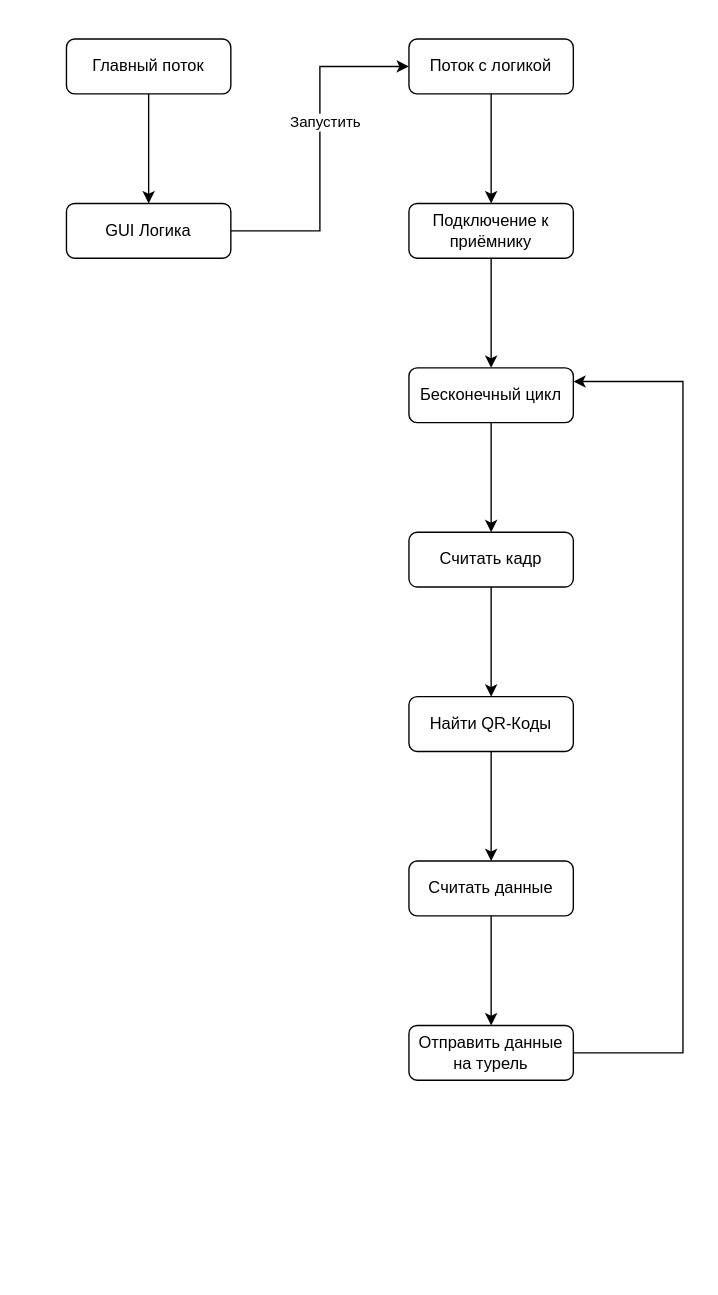
TheEnderOfficial/ArduinoDay-2021 keeps this draw.io diagram as SoftDiagram.drawio. Above is the earlier version. Source tidied: cells renumbered, new cells numbered last; positions are measured from the earlier drawing's top-left corner, leaving out a move shared by most shapes. Both pictures are drawn from the tidied source at 137%, with x=0, y=0 at pixel (66, 38).
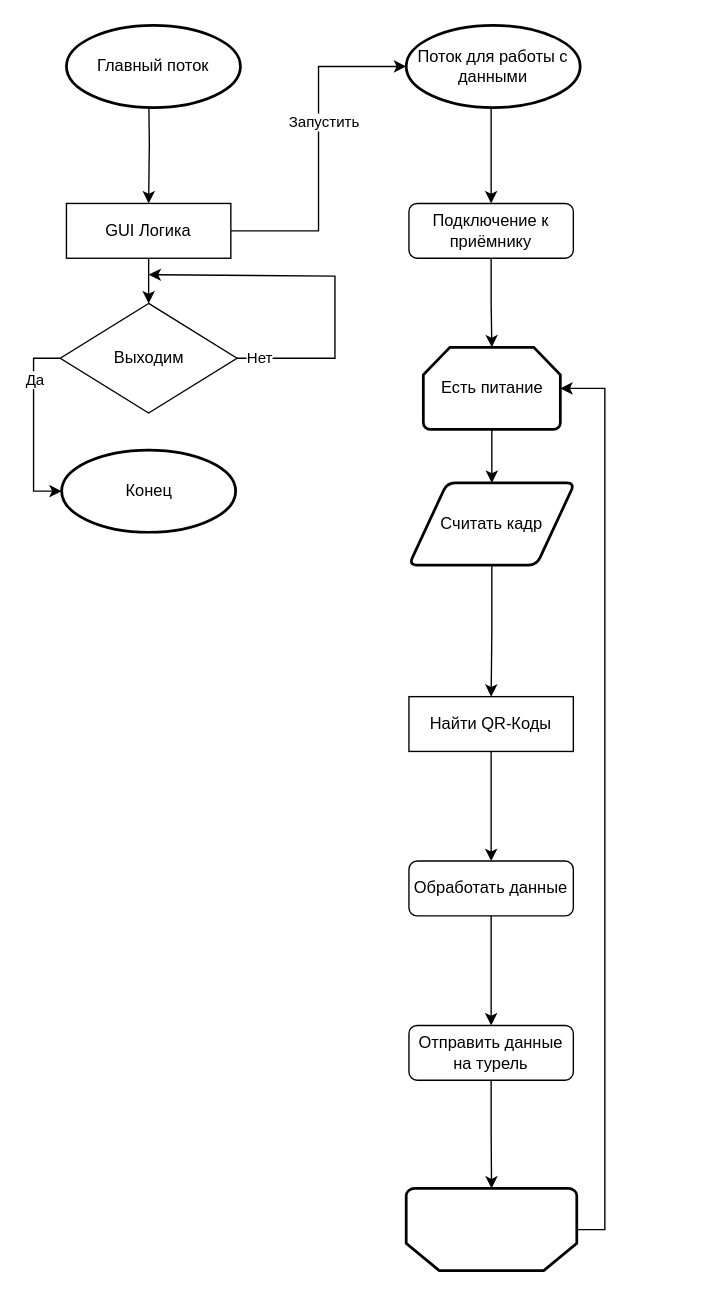
The same diagram, later.

Unchanged cells that the change refers to:
```xml
<mxCell id="10" value="Подключение к приёмнику" style="rounded=1;whiteSpace=wrap;html=1;fontSize=12;glass=0;strokeWidth=1;shadow=0;" parent="1" vertex="1">
  <mxGeometry x="250" y="120" width="120" height="40" as="geometry" />
</mxCell>
<mxCell id="20" value="Отправить данные на турель" style="rounded=1;whiteSpace=wrap;html=1;fontSize=12;glass=0;strokeWidth=1;shadow=0;" parent="1" vertex="1">
  <mxGeometry x="250" y="720" width="120" height="40" as="geometry" />
</mxCell>
```

The edit, as a diff of the source:
```diff
@@
-    <mxCell id="2" style="edgeStyle=orthogonalEdgeStyle;rounded=0;jettySize=auto;html=1;" parent="1" edge="1" source="3" target="6">
-      <mxGeometry relative="1" as="geometry" />
+    <mxCell id="2" style="edgeStyle=orthogonalEdgeStyle;rounded=0;jettySize=auto;html=1;" parent="1" edge="1" target="6">
+      <mxGeometry relative="1" as="geometry">
+        <mxPoint x="60" y="33" as="sourcePoint" />
+      </mxGeometry>
     </mxCell>
-    <mxCell id="3" value="Главный поток" style="rounded=1;whiteSpace=wrap;html=1;fontSize=12;glass=0;strokeWidth=1;shadow=0;" parent="1" vertex="1">
-      <mxGeometry width="120" height="40" as="geometry" />
-    </mxCell>
-    <mxCell id="4" style="edgeStyle=orthogonalEdgeStyle;rounded=0;jettySize=auto;html=1;entryX=0;entryY=0.5;entryDx=0;entryDy=0;" parent="1" edge="1" source="6" target="8">
+    <mxCell id="4" style="edgeStyle=orthogonalEdgeStyle;rounded=0;jettySize=auto;html=1;entryX=0;entryY=0.5;entryDx=0;entryDy=0;entryPerimeter=0;" parent="1" edge="1" source="6" target="29">
       <mxGeometry relative="1" as="geometry" />
     </mxCell>
@@
+    <mxCell id="21" style="edgeStyle=orthogonalEdgeStyle;rounded=0;jettySize=auto;html=1;" parent="1" edge="1" source="6" target="27">
+      <mxGeometry relative="1" as="geometry" />
+    </mxCell>
-    <mxCell id="6" value="GUI Логика" style="rounded=1;whiteSpace=wrap;html=1;fontSize=12;glass=0;strokeWidth=1;shadow=0;" parent="1" vertex="1">
+    <mxCell id="6" value="GUI Логика" style="rounded=0;whiteSpace=wrap;html=1;fontSize=12;glass=0;strokeWidth=1;shadow=0;" parent="1" vertex="1">
       <mxGeometry y="120" width="120" height="40" as="geometry" />
     </mxCell>
-    <mxCell id="7" style="edgeStyle=orthogonalEdgeStyle;rounded=0;jettySize=auto;html=1;" parent="1" edge="1" source="8">
+    <mxCell id="7" style="edgeStyle=orthogonalEdgeStyle;rounded=0;orthogonalLoop=1;jettySize=auto;html=1;" parent="1" edge="1">
       <mxGeometry relative="1" as="geometry">
+        <mxPoint x="310" y="40" as="sourcePoint" />
         <mxPoint x="310" y="120" as="targetPoint" />
       </mxGeometry>
     </mxCell>
-    <mxCell id="8" value="Поток с логикой" style="rounded=1;whiteSpace=wrap;html=1;fontSize=12;glass=0;strokeWidth=1;shadow=0;" parent="1" vertex="1">
-      <mxGeometry x="250" width="120" height="40" as="geometry" />
-    </mxCell>
-    <mxCell id="9" style="edgeStyle=orthogonalEdgeStyle;rounded=0;jettySize=auto;html=1;" parent="1" edge="1" source="10" target="12">
+    <mxCell id="9" style="edgeStyle=orthogonalEdgeStyle;rounded=0;jettySize=auto;html=1;entryX=0.5;entryY=0;entryDx=0;entryDy=0;entryPerimeter=0;" parent="1" edge="1" source="10" target="32">
       <mxGeometry relative="1" as="geometry" />
     </mxCell>
@@
-    <mxCell id="11" style="edgeStyle=orthogonalEdgeStyle;rounded=0;jettySize=auto;html=1;" parent="1" edge="1" source="12" target="14">
-      <mxGeometry relative="1" as="geometry" />
-    </mxCell>
-    <mxCell id="12" value="Бесконечный цикл" style="rounded=1;whiteSpace=wrap;html=1;fontSize=12;glass=0;strokeWidth=1;shadow=0;" parent="1" vertex="1">
-      <mxGeometry x="250" y="240" width="120" height="40" as="geometry" />
-    </mxCell>
-    <mxCell id="13" style="edgeStyle=orthogonalEdgeStyle;rounded=0;jettySize=auto;html=1;entryX=0.5;entryY=0;entryDx=0;entryDy=0;" parent="1" edge="1" source="14" target="16">
+    <mxCell id="13" style="edgeStyle=orthogonalEdgeStyle;rounded=0;jettySize=auto;html=1;entryX=0.5;entryY=0;entryDx=0;entryDy=0;" parent="1" edge="1" source="30" target="16">
       <mxGeometry relative="1" as="geometry" />
     </mxCell>
-    <mxCell id="14" value="Считать кадр" style="rounded=1;whiteSpace=wrap;html=1;fontSize=12;glass=0;strokeWidth=1;shadow=0;" parent="1" vertex="1">
-      <mxGeometry x="250" y="360" width="120" height="40" as="geometry" />
-    </mxCell>
@@
-    <mxCell id="16" value="Найти QR-Коды" style="rounded=1;whiteSpace=wrap;html=1;fontSize=12;glass=0;strokeWidth=1;shadow=0;" parent="1" vertex="1">
+    <mxCell id="16" value="Найти QR-Коды" style="rounded=0;whiteSpace=wrap;html=1;fontSize=12;glass=0;strokeWidth=1;shadow=0;" parent="1" vertex="1">
       <mxGeometry x="250" y="480" width="120" height="40" as="geometry" />
     </mxCell>
@@
-    <mxCell id="18" value="Cчитать данные" style="rounded=1;whiteSpace=wrap;html=1;fontSize=12;glass=0;strokeWidth=1;shadow=0;" parent="1" vertex="1">
+    <mxCell id="18" value="Обработать данные" style="rounded=1;whiteSpace=wrap;html=1;fontSize=12;glass=0;strokeWidth=1;shadow=0;" parent="1" vertex="1">
       <mxGeometry x="250" y="600" width="120" height="40" as="geometry" />
     </mxCell>
-    <mxCell id="19" style="edgeStyle=orthogonalEdgeStyle;rounded=0;jettySize=auto;html=1;entryX=1;entryY=0.25;entryDx=0;entryDy=0;" parent="1" edge="1" source="20" target="12">
-      <mxGeometry relative="1" as="geometry">
-        <Array as="points">
-          <mxPoint x="450" y="740" />
-          <mxPoint x="450" y="250" />
-        </Array>
-      </mxGeometry>
-    </mxCell>
+    <mxCell id="22" style="edgeStyle=orthogonalEdgeStyle;rounded=0;jettySize=auto;html=1;" parent="1" edge="1" source="20" target="34">
+      <mxGeometry relative="1" as="geometry" />
+    </mxCell>
@@
+    <mxCell id="23" style="edgeStyle=orthogonalEdgeStyle;rounded=0;jettySize=auto;html=1;" parent="1" edge="1" source="27">
+      <mxGeometry relative="1" as="geometry">
+        <mxPoint x="60" y="172" as="targetPoint" />
+        <Array as="points">
+          <mxPoint x="196" y="233" />
+          <mxPoint x="196" y="173" />
+        </Array>
+      </mxGeometry>
+    </mxCell>
+    <mxCell id="24" value="Нет" style="edgeLabel;html=1;align=center;verticalAlign=middle;" parent="23" vertex="1">
+      <mxGeometry x="-0.88" y="1" relative="1" as="geometry" />
+    </mxCell>
+    <mxCell id="25" style="edgeStyle=orthogonalEdgeStyle;rounded=0;jettySize=auto;html=1;entryX=0;entryY=0.5;entryDx=0;entryDy=0;entryPerimeter=0;exitX=0;exitY=0.5;exitDx=0;exitDy=0;" parent="1" edge="1" source="27" target="28">
+      <mxGeometry relative="1" as="geometry">
+        <Array as="points">
+          <mxPoint x="-24" y="233" />
+          <mxPoint x="-24" y="330" />
+        </Array>
+      </mxGeometry>
+    </mxCell>
+    <mxCell id="26" value="Да" style="edgeLabel;html=1;align=center;verticalAlign=middle;" parent="25" vertex="1">
+      <mxGeometry x="-0.5" relative="1" as="geometry">
+        <mxPoint y="1" as="offset" />
+      </mxGeometry>
+    </mxCell>
+    <mxCell id="27" value="Выходим" style="rhombus;whiteSpace=wrap;html=1;" parent="1" vertex="1">
+      <mxGeometry x="-4.5" y="193" width="129" height="80" as="geometry" />
+    </mxCell>
+    <mxCell id="28" value="Конец" style="strokeWidth=2;html=1;shape=mxgraph.flowchart.start_1;whiteSpace=wrap;rounded=1;" parent="1" vertex="1">
+      <mxGeometry x="-3.5" y="300" width="127" height="60" as="geometry" />
+    </mxCell>
+    <mxCell id="3" value="Главный поток" style="strokeWidth=2;html=1;shape=mxgraph.flowchart.start_1;whiteSpace=wrap;rounded=1;" parent="1" vertex="1">
+      <mxGeometry y="-10" width="127" height="60" as="geometry" />
+    </mxCell>
+    <mxCell id="29" value="Поток для работы с данными" style="strokeWidth=2;html=1;shape=mxgraph.flowchart.start_1;whiteSpace=wrap;rounded=1;" parent="1" vertex="1">
+      <mxGeometry x="248" y="-10" width="127" height="60" as="geometry" />
+    </mxCell>
+    <mxCell id="30" value="Cчитать кадр" style="shape=parallelogram;html=1;strokeWidth=2;perimeter=parallelogramPerimeter;whiteSpace=wrap;rounded=1;arcSize=12;size=0.23;" parent="1" vertex="1">
+      <mxGeometry x="250" y="324" width="121" height="60" as="geometry" />
+    </mxCell>
+    <mxCell id="31" style="edgeStyle=orthogonalEdgeStyle;rounded=0;jettySize=auto;html=1;entryX=0.5;entryY=0;entryDx=0;entryDy=0;" parent="1" edge="1" source="32" target="30">
+      <mxGeometry relative="1" as="geometry" />
+    </mxCell>
+    <mxCell id="32" value="Есть питание" style="strokeWidth=2;html=1;shape=mxgraph.flowchart.loop_limit;whiteSpace=wrap;rounded=0;" parent="1" vertex="1">
+      <mxGeometry x="260.5" y="225" width="100" height="60" as="geometry" />
+    </mxCell>
+    <mxCell id="33" style="edgeStyle=orthogonalEdgeStyle;rounded=0;jettySize=auto;html=1;entryX=1;entryY=0.5;entryDx=0;entryDy=0;entryPerimeter=0;" parent="1" edge="1" source="34" target="32">
+      <mxGeometry relative="1" as="geometry">
+        <Array as="points">
+          <mxPoint x="393" y="869" />
+          <mxPoint x="393" y="255" />
+        </Array>
+      </mxGeometry>
+    </mxCell>
+    <mxCell id="34" style="strokeWidth=2;html=1;shape=mxgraph.flowchart.loop_limit;whiteSpace=wrap;rounded=0;direction=west;" parent="1" vertex="1">
+      <mxGeometry x="248" y="839" width="124.5" height="60" as="geometry" />
+    </mxCell>
```
